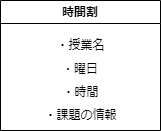
Earlier version of the draw.io export 構造図/クラス図/クラス図＿時間割.drawio.png (masaki1234567/psp4). Source tidied: cells renumbered, new cells last; positions are measured from the earlier drawing's top-left corner, leaving out a move shared by most shapes.
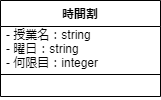
The same diagram one commit later.

Commit message:
クラス図時間割完成

What changed in the source:
```diff
@@ -2,20 +2,17 @@
   <root>
     <mxCell id="0" />
     <mxCell id="1" parent="0" />
-    <mxCell id="2" value="時間割" style="swimlane;whiteSpace=wrap;html=1;" parent="1" vertex="1">
-      <mxGeometry width="160" height="130" as="geometry" />
-    </mxCell>
-    <mxCell id="3" value="・曜日" style="text;html=1;strokeColor=none;fillColor=none;align=center;verticalAlign=middle;whiteSpace=wrap;rounded=0;" parent="2" vertex="1">
-      <mxGeometry x="25" y="54" width="110" height="30" as="geometry" />
-    </mxCell>
-    <mxCell id="4" value="・授業名" style="text;html=1;align=center;verticalAlign=middle;strokeColor=none;fillColor=none;" parent="2" vertex="1">
-      <mxGeometry x="45" y="30" width="70" height="30" as="geometry" />
-    </mxCell>
-    <mxCell id="5" value="・時間" style="text;html=1;align=center;verticalAlign=middle;strokeColor=none;fillColor=none;" parent="2" vertex="1">
-      <mxGeometry x="50" y="77" width="60" height="30" as="geometry" />
-    </mxCell>
-    <mxCell id="6" value="・課題の情報" style="text;html=1;align=center;verticalAlign=middle;strokeColor=none;fillColor=none;" parent="2" vertex="1">
-      <mxGeometry x="30" y="100" width="100" height="30" as="geometry" />
+    <mxCell id="6" value="時間割" style="swimlane;fontStyle=1;align=center;verticalAlign=top;horizontal=1;startSize=26;" parent="1" vertex="1">
+      <mxGeometry x="-30" y="30" width="160" height="96" as="geometry" />
     </mxCell>
+    <mxCell id="7" value="- 授業名：string&#10;- 曜日：string&#10;- 何限目：integer" style="text;strokeColor=none;fillColor=none;align=left;verticalAlign=middle;spacingLeft=4;spacingRight=4;overflow=hidden;" parent="6" vertex="1">
+      <mxGeometry y="26" width="160" height="44" as="geometry" />
+    </mxCell>
+    <mxCell id="8" style="line;strokeWidth=1;fillColor=none;align=left;verticalAlign=middle;spacingTop=-1;spacingLeft=3;spacingRight=3;labelPosition=right;strokeColor=inherit;" parent="6" vertex="1">
+      <mxGeometry y="70" width="160" height="8" as="geometry" />
+    </mxCell>
+    <mxCell id="9" value=" " style="text;strokeColor=none;fillColor=none;align=left;verticalAlign=top;spacingLeft=4;spacingRight=4;overflow=hidden;" parent="6" vertex="1">
+      <mxGeometry y="78" width="160" height="18" as="geometry" />
+    </mxCell>
   </root>
 </mxGraphModel>
```
